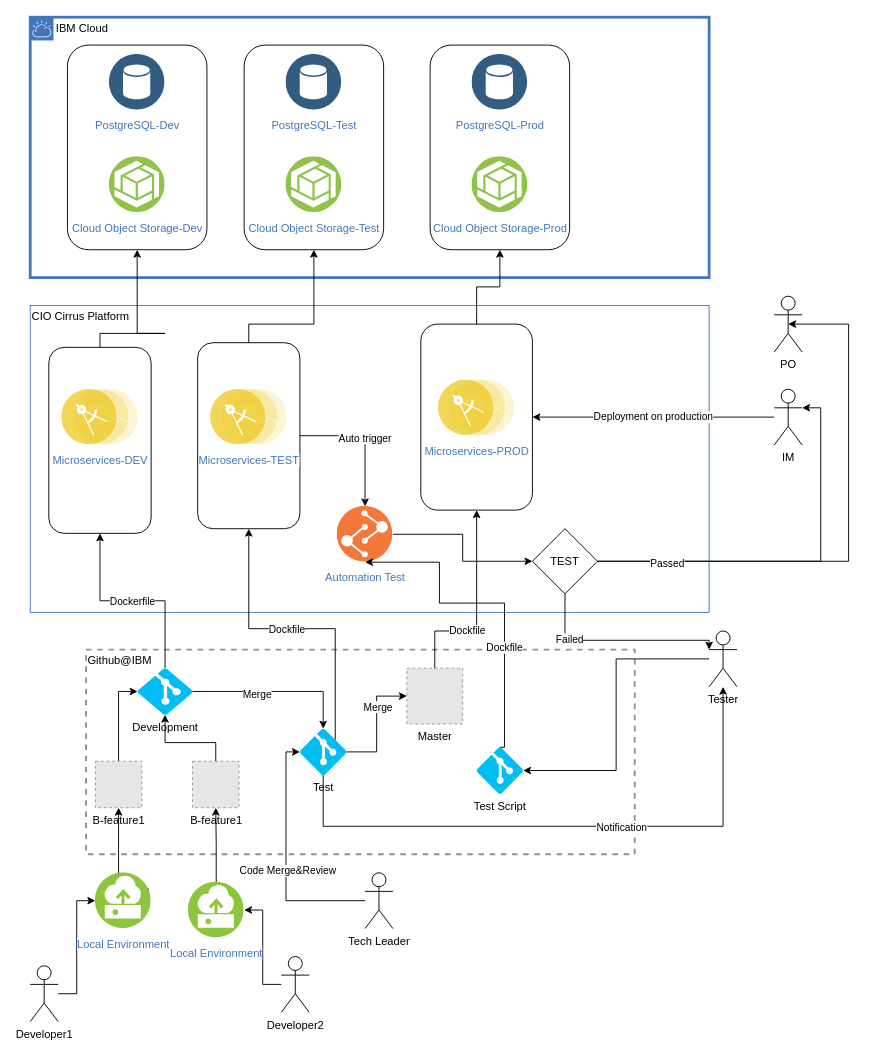
The draw.io diagram page "DevOpsOperational" (1 of 6) of oasis-architecture.drawio in JackZhao2517/drawio_folder, before the edit. Source tidied: cells renumbered, new cells numbered last; positions are measured from the earlier drawing's top-left corner, leaving out a move shared by most shapes. Both pictures are drawn from the tidied source at 93%, with x=0, y=0 at pixel (30, 17). Pictures stored in the file or linked from it are replaced by grey dashed boxes.
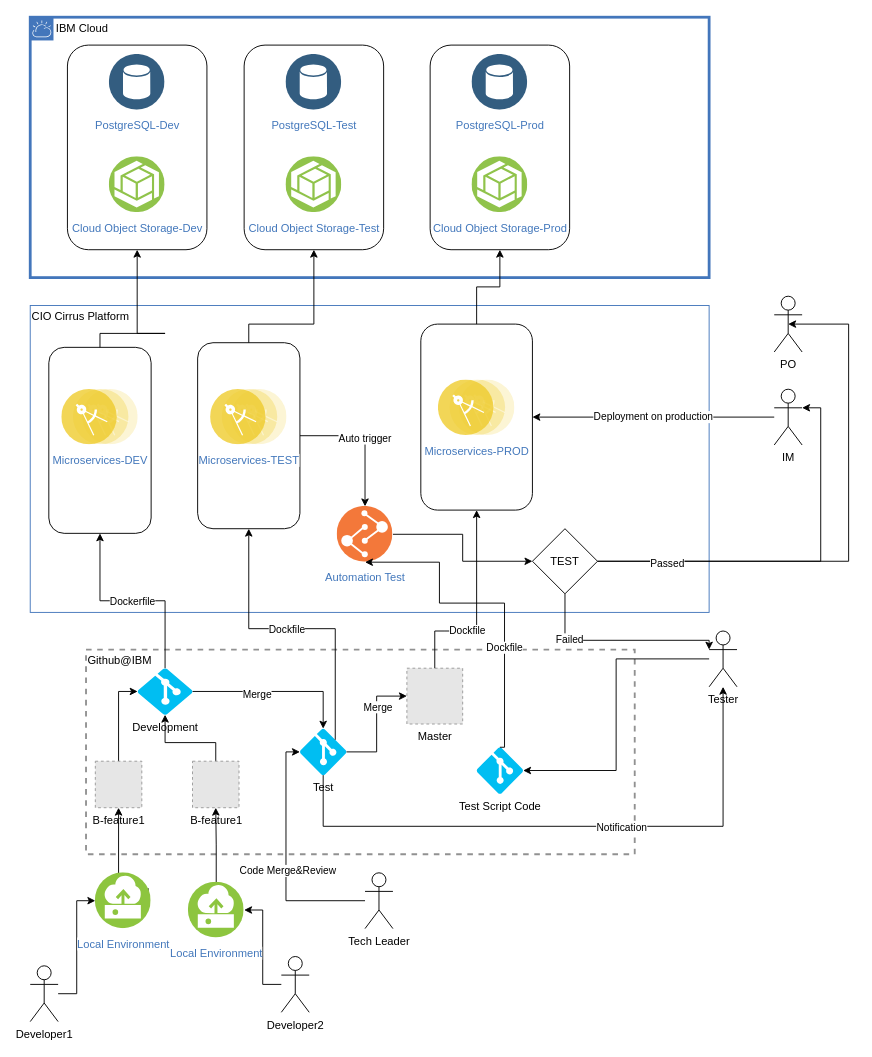
Above is the later version.

The change refers to these unchanged cells:
```xml
<mxCell id="2" value="&lt;div align=&quot;left&quot;&gt;Github@IBM&lt;/div&gt;" style="fontStyle=0;verticalAlign=top;align=left;spacingTop=-2;fillColor=none;rounded=0;whiteSpace=wrap;html=1;strokeColor=#919191;strokeWidth=2;dashed=1;" parent="1" vertex="1">
  <mxGeometry x="60" y="680" width="590" height="220" as="geometry" />
</mxCell>
```

Change to the diagram source:
```diff
@@
-    <mxCell id="14" value="Test Script" style="verticalLabelPosition=bottom;html=1;verticalAlign=top;align=center;strokeColor=none;fillColor=#00BEF2;shape=mxgraph.azure.git_repository;shadow=0;" parent="2" vertex="1">
+    <mxCell id="14" value="Test Script Code" style="verticalLabelPosition=bottom;html=1;verticalAlign=top;align=center;strokeColor=none;fillColor=#00BEF2;shape=mxgraph.azure.git_repository;shadow=0;" parent="2" vertex="1">
       <mxGeometry x="420" y="105" width="50" height="50" as="geometry" />
     </mxCell>
```
